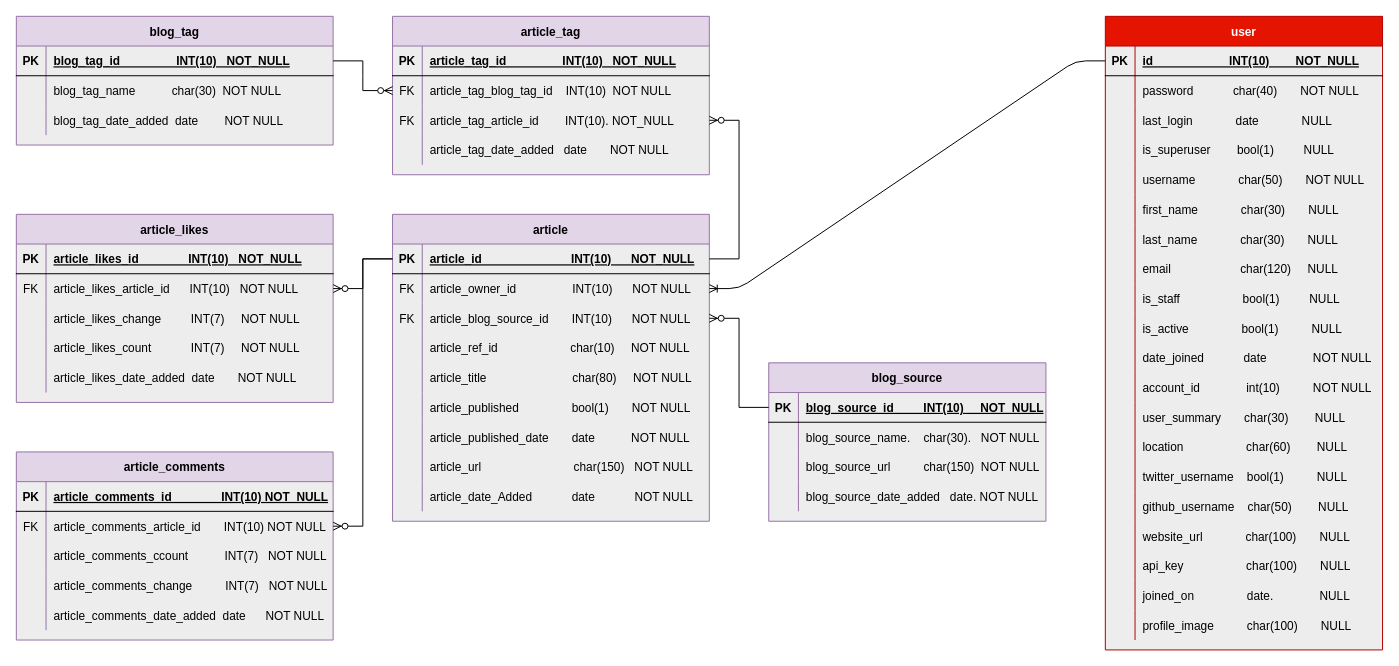
York13Pud/python-project-dev-to-stats keeps this draw.io diagram as development_docs/003-db-design.drawio. Above is the earlier version. Source tidied: cells renumbered, new cells numbered last; positions are measured from the earlier drawing's top-left corner, leaving out a move shared by most shapes. Both pictures are drawn from the tidied source at 99%, with x=0, y=0 at pixel (16, 16).
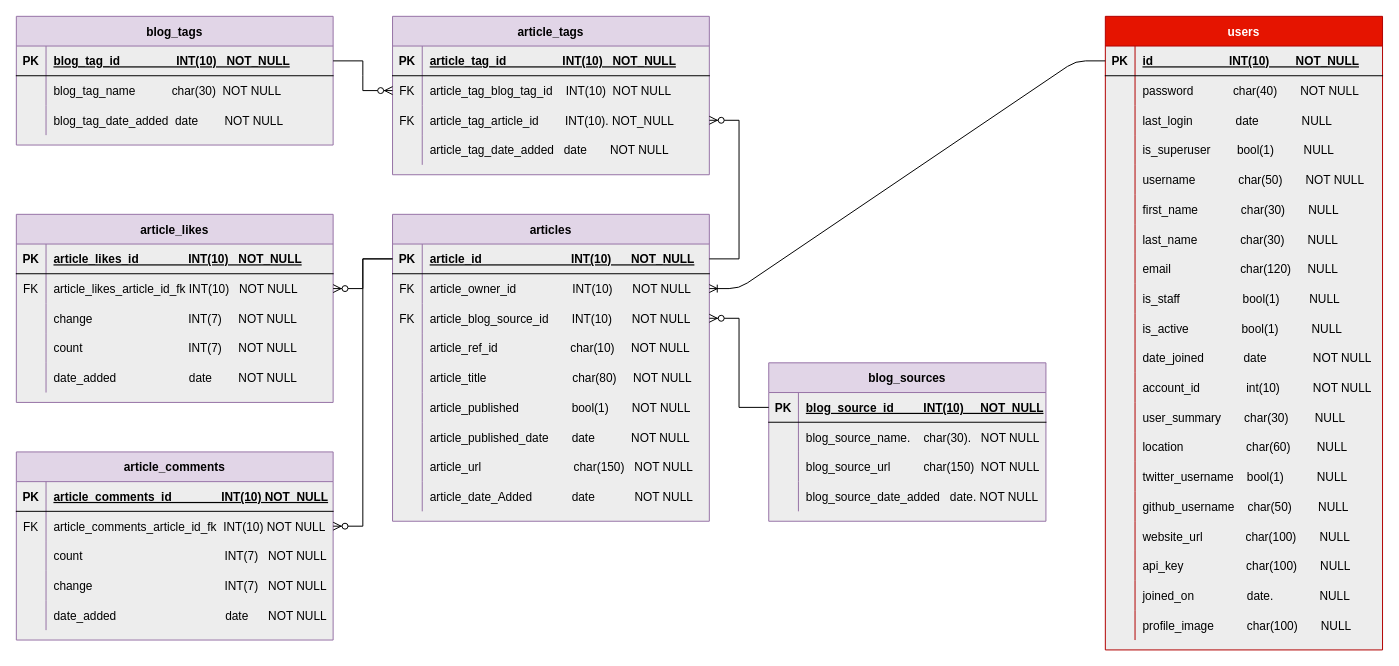
Above is the later version.

Unchanged cells that the change refers to:
```xml
<mxCell id="58" style="shape=partialRectangle;fillColor=none;points=[[0,0.5],[1,0.5]];portConstraint=eastwest;top=0;left=0;right=0;bottom=0;" parent="54" vertex="1">
  <mxGeometry y="60" width="320" height="30" as="geometry" />
</mxCell>
<mxCell id="61" style="shape=tableRow;horizontal=0;startSize=0;swimlaneHead=0;swimlaneBody=0;fillColor=none;top=0;left=0;right=0;bottom=0;" parent="54" vertex="1">
  <mxGeometry y="90" width="320" height="30" as="geometry" />
</mxCell>
<mxCell id="64" style="shape=tableRow;horizontal=0;startSize=0;swimlaneHead=0;swimlaneBody=0;fillColor=none;top=0;left=0;right=0;bottom=0;" parent="54" vertex="1">
  <mxGeometry y="120" width="320" height="30" as="geometry" />
</mxCell>
<mxCell id="67" style="shape=tableRow;horizontal=0;startSize=0;swimlaneHead=0;swimlaneBody=0;fillColor=none;top=0;left=0;right=0;bottom=0;" parent="54" vertex="1">
  <mxGeometry y="150" width="320" height="30" as="geometry" />
</mxCell>
<mxCell id="74" style="shape=partialRectangle;fillColor=none;points=[[0,0.5],[1,0.5]];portConstraint=eastwest;top=0;left=0;right=0;bottom=0;" parent="70" vertex="1">
  <mxGeometry y="60" width="320" height="30" as="geometry" />
</mxCell>
<mxCell id="77" style="shape=tableRow;horizontal=0;startSize=0;swimlaneHead=0;swimlaneBody=0;fillColor=none;top=0;left=0;right=0;bottom=0;" parent="70" vertex="1">
  <mxGeometry y="90" width="320" height="30" as="geometry" />
</mxCell>
<mxCell id="80" style="shape=tableRow;horizontal=0;startSize=0;swimlaneHead=0;swimlaneBody=0;fillColor=none;top=0;left=0;right=0;bottom=0;" parent="70" vertex="1">
  <mxGeometry y="120" width="320" height="30" as="geometry" />
</mxCell>
<mxCell id="83" style="shape=tableRow;horizontal=0;startSize=0;swimlaneHead=0;swimlaneBody=0;fillColor=none;top=0;left=0;right=0;bottom=0;" parent="70" vertex="1">
  <mxGeometry y="150" width="320" height="30" as="geometry" />
</mxCell>
```

Diff of the diagram source:
```diff
@@
-    <mxCell id="2" value="article" style="shape=table;startSize=30;childLayout=tableLayout;rowLines=0;fontStyle=1;align=center;fillColor=#e1d5e7;strokeColor=#9673a6;swimlaneFillColor=#EDEDED;" parent="1" vertex="1">
+    <mxCell id="2" value="articles" style="shape=table;startSize=30;childLayout=tableLayout;rowLines=0;fontStyle=1;align=center;fillColor=#e1d5e7;strokeColor=#9673a6;swimlaneFillColor=#EDEDED;" parent="1" vertex="1">
       <mxGeometry x="380" y="200" width="320" height="310" as="geometry" />
     </mxCell>
@@
-    <mxCell id="30" value="blog_source" style="shape=table;startSize=30;childLayout=tableLayout;rowLines=0;fontStyle=1;align=center;fillColor=#e1d5e7;strokeColor=#9673a6;swimlaneFillColor=#EDEDED;" parent="1" vertex="1">
+    <mxCell id="30" value="blog_sources" style="shape=table;startSize=30;childLayout=tableLayout;rowLines=0;fontStyle=1;align=center;fillColor=#e1d5e7;strokeColor=#9673a6;swimlaneFillColor=#EDEDED;" parent="1" vertex="1">
       <mxGeometry x="760" y="350" width="280" height="160" as="geometry" />
     </mxCell>
@@
-    <mxCell id="43" value="blog_tag" style="shape=table;startSize=30;childLayout=tableLayout;rowLines=0;fontStyle=1;align=center;fillColor=#e1d5e7;strokeColor=#9673a6;swimlaneFillColor=#EDEDED;" parent="1" vertex="1">
+    <mxCell id="43" value="blog_tags" style="shape=table;startSize=30;childLayout=tableLayout;rowLines=0;fontStyle=1;align=center;fillColor=#e1d5e7;strokeColor=#9673a6;swimlaneFillColor=#EDEDED;" parent="1" vertex="1">
       <mxGeometry width="320" height="130" as="geometry" />
     </mxCell>
@@
-    <mxCell id="60" value="article_likes_article_id      INT(10)   NOT NULL" style="shape=partialRectangle;overflow=hidden;fillColor=none;top=0;left=0;bottom=0;right=0;align=left;spacingLeft=6;" parent="58" vertex="1">
+    <mxCell id="60" value="article_likes_article_id_fk INT(10)   NOT NULL" style="shape=partialRectangle;overflow=hidden;fillColor=none;top=0;left=0;bottom=0;right=0;align=left;spacingLeft=6;" parent="58" vertex="1">
       <mxGeometry x="30" width="290" height="30" as="geometry" />
     </mxCell>
@@
-    <mxCell id="63" value="article_likes_change         INT(7)     NOT NULL" style="shape=partialRectangle;fillColor=none;top=0;left=0;bottom=0;right=0;align=left;spacingLeft=6;overflow=hidden;" parent="61" vertex="1">
+    <mxCell id="63" value="change                             INT(7)     NOT NULL" style="shape=partialRectangle;fillColor=none;top=0;left=0;bottom=0;right=0;align=left;spacingLeft=6;overflow=hidden;" parent="61" vertex="1">
       <mxGeometry x="30" width="290" height="30" as="geometry" />
     </mxCell>
@@
-    <mxCell id="66" value="article_likes_count            INT(7)     NOT NULL" style="shape=partialRectangle;fillColor=none;top=0;left=0;bottom=0;right=0;align=left;spacingLeft=6;overflow=hidden;" parent="64" vertex="1">
+    <mxCell id="66" value="count                                INT(7)     NOT NULL" style="shape=partialRectangle;fillColor=none;top=0;left=0;bottom=0;right=0;align=left;spacingLeft=6;overflow=hidden;" parent="64" vertex="1">
       <mxGeometry x="30" width="290" height="30" as="geometry" />
     </mxCell>
@@
-    <mxCell id="69" value="article_likes_date_added  date       NOT NULL" style="shape=partialRectangle;fillColor=none;top=0;left=0;bottom=0;right=0;align=left;spacingLeft=6;overflow=hidden;" parent="67" vertex="1">
+    <mxCell id="69" value="date_added                      date        NOT NULL" style="shape=partialRectangle;fillColor=none;top=0;left=0;bottom=0;right=0;align=left;spacingLeft=6;overflow=hidden;" parent="67" vertex="1">
       <mxGeometry x="30" width="290" height="30" as="geometry" />
     </mxCell>
@@
-    <mxCell id="76" value="article_comments_article_id       INT(10) NOT NULL" style="shape=partialRectangle;overflow=hidden;fillColor=none;top=0;left=0;bottom=0;right=0;align=left;spacingLeft=6;" parent="74" vertex="1">
+    <mxCell id="76" value="article_comments_article_id_fk  INT(10) NOT NULL" style="shape=partialRectangle;overflow=hidden;fillColor=none;top=0;left=0;bottom=0;right=0;align=left;spacingLeft=6;" parent="74" vertex="1">
       <mxGeometry x="30" width="290" height="30" as="geometry" />
     </mxCell>
@@
-    <mxCell id="79" value="article_comments_ccount           INT(7)   NOT NULL" style="shape=partialRectangle;fillColor=none;top=0;left=0;bottom=0;right=0;align=left;spacingLeft=6;overflow=hidden;" parent="77" vertex="1">
+    <mxCell id="79" value="count                                           INT(7)   NOT NULL" style="shape=partialRectangle;fillColor=none;top=0;left=0;bottom=0;right=0;align=left;spacingLeft=6;overflow=hidden;" parent="77" vertex="1">
       <mxGeometry x="30" width="290" height="30" as="geometry" />
     </mxCell>
@@
-    <mxCell id="82" value="article_comments_change          INT(7)   NOT NULL" style="shape=partialRectangle;fillColor=none;top=0;left=0;bottom=0;right=0;align=left;spacingLeft=6;overflow=hidden;" parent="80" vertex="1">
+    <mxCell id="82" value="change                                        INT(7)   NOT NULL" style="shape=partialRectangle;fillColor=none;top=0;left=0;bottom=0;right=0;align=left;spacingLeft=6;overflow=hidden;" parent="80" vertex="1">
       <mxGeometry x="30" width="290" height="30" as="geometry" />
     </mxCell>
@@
-    <mxCell id="85" value="article_comments_date_added  date      NOT NULL" style="shape=partialRectangle;fillColor=none;top=0;left=0;bottom=0;right=0;align=left;spacingLeft=6;overflow=hidden;" parent="83" vertex="1">
+    <mxCell id="85" value="date_added                                 date      NOT NULL" style="shape=partialRectangle;fillColor=none;top=0;left=0;bottom=0;right=0;align=left;spacingLeft=6;overflow=hidden;" parent="83" vertex="1">
       <mxGeometry x="30" width="290" height="30" as="geometry" />
     </mxCell>
@@
-    <mxCell id="88" value="article_tag" style="shape=table;startSize=30;childLayout=tableLayout;rowLines=0;fontStyle=1;align=center;fillColor=#e1d5e7;strokeColor=#9673a6;swimlaneFillColor=#EDEDED;" parent="1" vertex="1">
+    <mxCell id="88" value="article_tags" style="shape=table;startSize=30;childLayout=tableLayout;rowLines=0;fontStyle=1;align=center;fillColor=#e1d5e7;strokeColor=#9673a6;swimlaneFillColor=#EDEDED;" parent="1" vertex="1">
       <mxGeometry x="380" width="320" height="160" as="geometry" />
     </mxCell>
@@
-    <mxCell id="103" value="user" style="shape=table;startSize=30;childLayout=tableLayout;rowLines=0;fontStyle=1;align=center;fillColor=#e51400;strokeColor=#B20000;swimlaneFillColor=#EDEDED;fontColor=#ffffff;" parent="1" vertex="1">
+    <mxCell id="103" value="users" style="shape=table;startSize=30;childLayout=tableLayout;rowLines=0;fontStyle=1;align=center;fillColor=#e51400;strokeColor=#B20000;swimlaneFillColor=#EDEDED;fontColor=#ffffff;" parent="1" vertex="1">
       <mxGeometry x="1100" width="280" height="640" as="geometry" />
     </mxCell>
```
